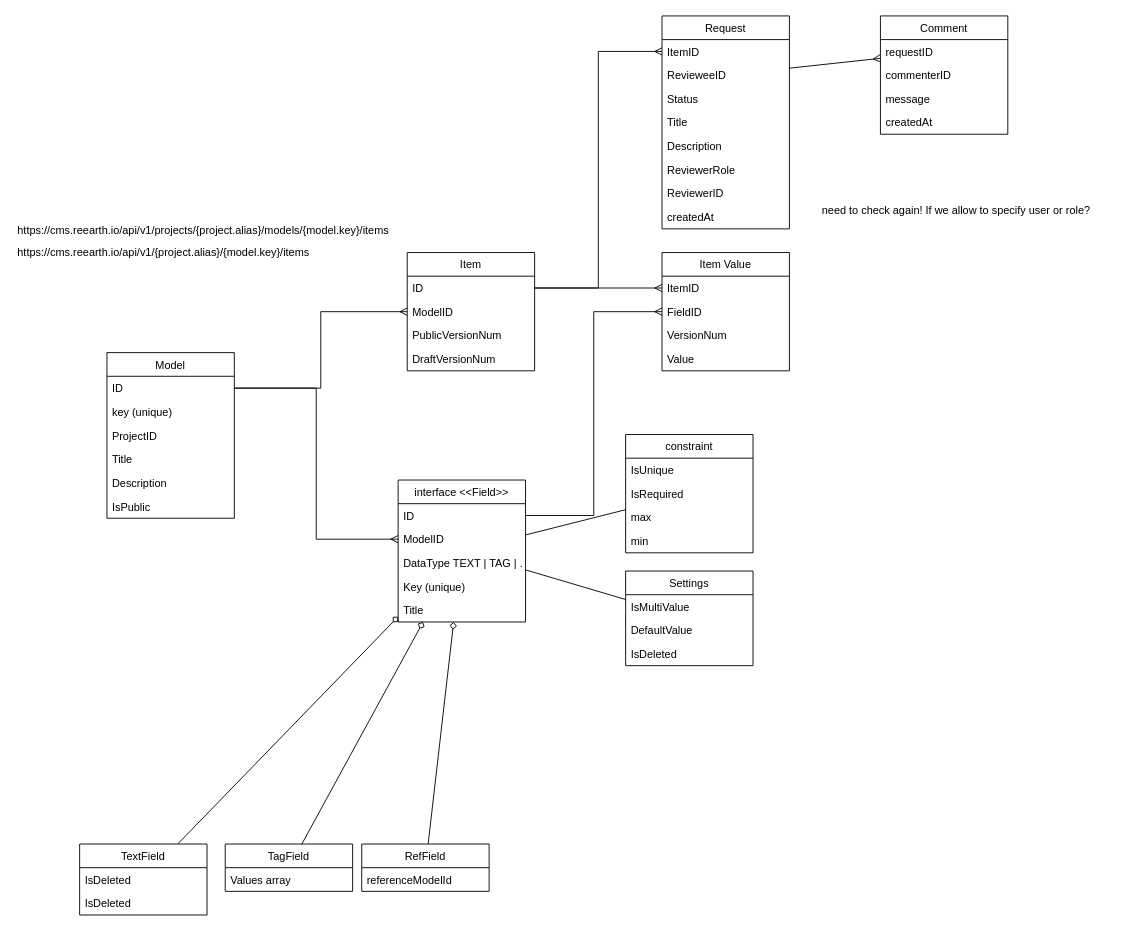
reearth/reearth-cms keeps this draw.io diagram as CMS.drawio. Above is the earlier version. Source tidied: cells renumbered, new cells numbered last; positions are measured from the earlier drawing's top-left corner, leaving out a move shared by most shapes. Both pictures are drawn from the tidied source at 91%, with x=0, y=0 at pixel (15, 15).
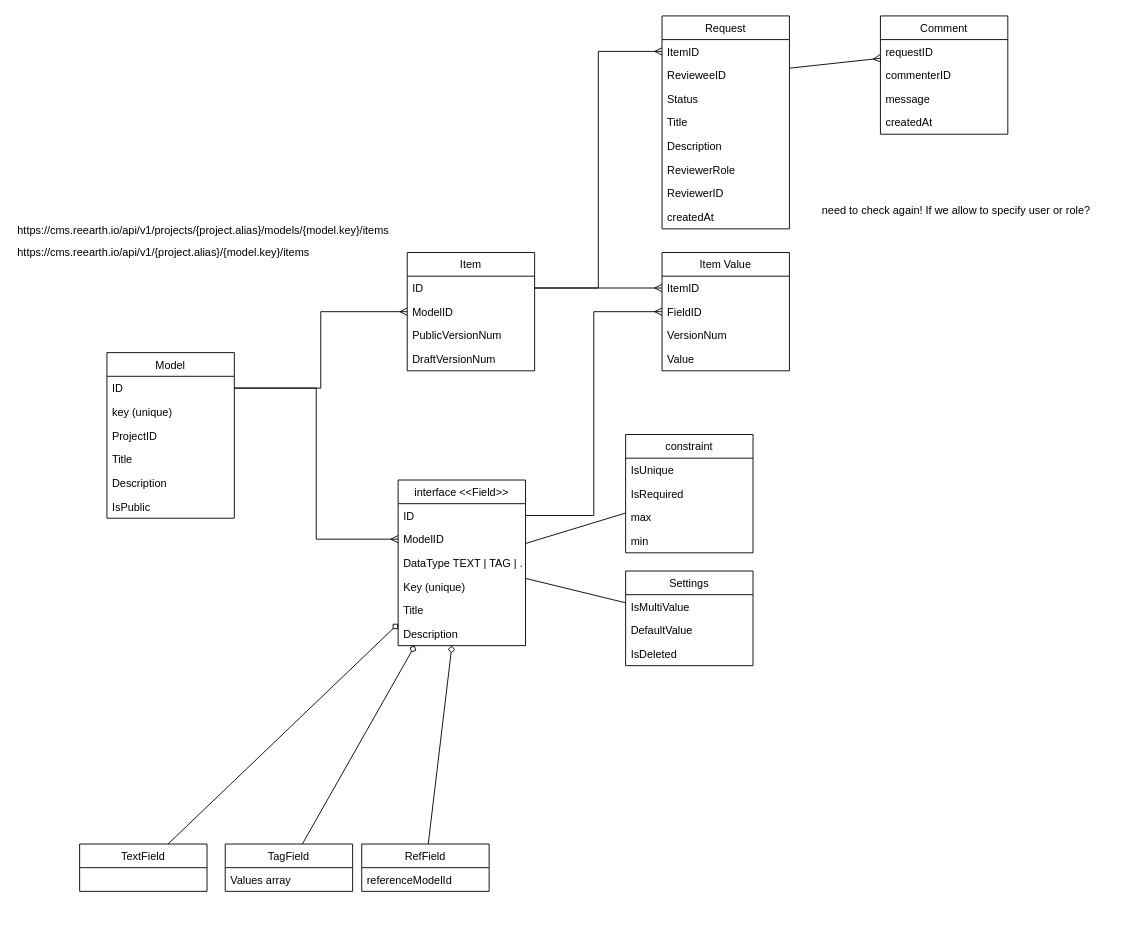
The same diagram, later.

What changed in the source:
```diff
@@
     <mxCell id="9" value="interface &lt;&lt;Field&gt;&gt;" style="swimlane;fontStyle=0;horizontal=1;startSize=26;fillColor=none;" parent="1" vertex="1">
-      <mxGeometry x="420" y="510" width="140" height="156" as="geometry" />
+      <mxGeometry x="420" y="510" width="140" height="182" as="geometry" />
     </mxCell>
@@
+    <mxCell id="69" value="Description" style="text;strokeColor=none;fillColor=none;align=left;verticalAlign=top;spacingLeft=4;spacingRight=4;overflow=hidden;" parent="9" vertex="1">
+      <mxGeometry y="156" width="140" height="26" as="geometry" />
+    </mxCell>
@@
     <mxCell id="40" value="TextField" style="swimlane;fontStyle=0;horizontal=1;startSize=26;fillColor=none;" parent="1" vertex="1">
-      <mxGeometry x="70" y="910" width="140" height="78" as="geometry" />
+      <mxGeometry x="70" y="910" width="140" height="52" as="geometry" />
     </mxCell>
-    <mxCell id="41" value="IsDeleted" style="text;strokeColor=none;fillColor=none;align=left;verticalAlign=top;spacingLeft=4;spacingRight=4;overflow=hidden;" parent="40" vertex="1">
-      <mxGeometry y="26" width="140" height="26" as="geometry" />
-    </mxCell>
-    <mxCell id="42" value="IsDeleted" style="text;strokeColor=none;fillColor=none;align=left;verticalAlign=top;spacingLeft=4;spacingRight=4;overflow=hidden;" parent="40" vertex="1">
-      <mxGeometry y="52" width="140" height="26" as="geometry" />
-    </mxCell>
```
